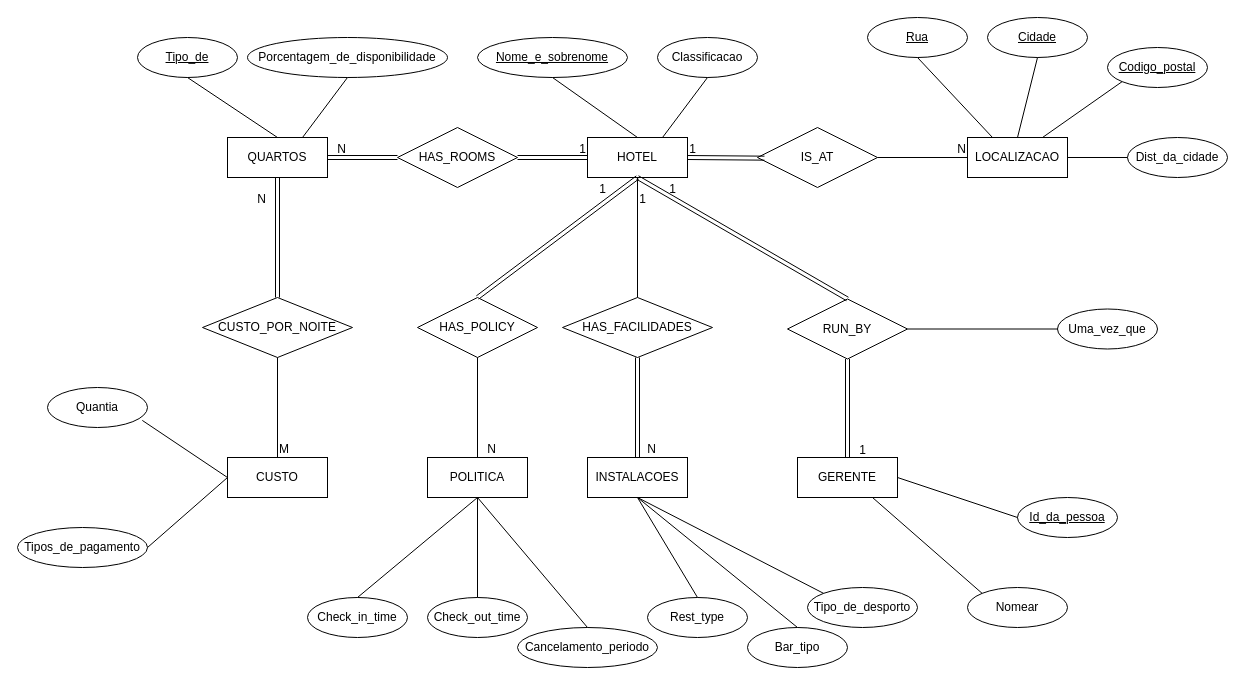
This is DiagramaHotel.drawio from VascoMatos/diagramas, a draw.io file, before an edit. Source tidied: cells renumbered, new cells numbered last; positions are measured from the earlier drawing's top-left corner, leaving out a move shared by most shapes. Both pictures are drawn from the tidied source at 100%, with x=0, y=0 at pixel (17, 17).
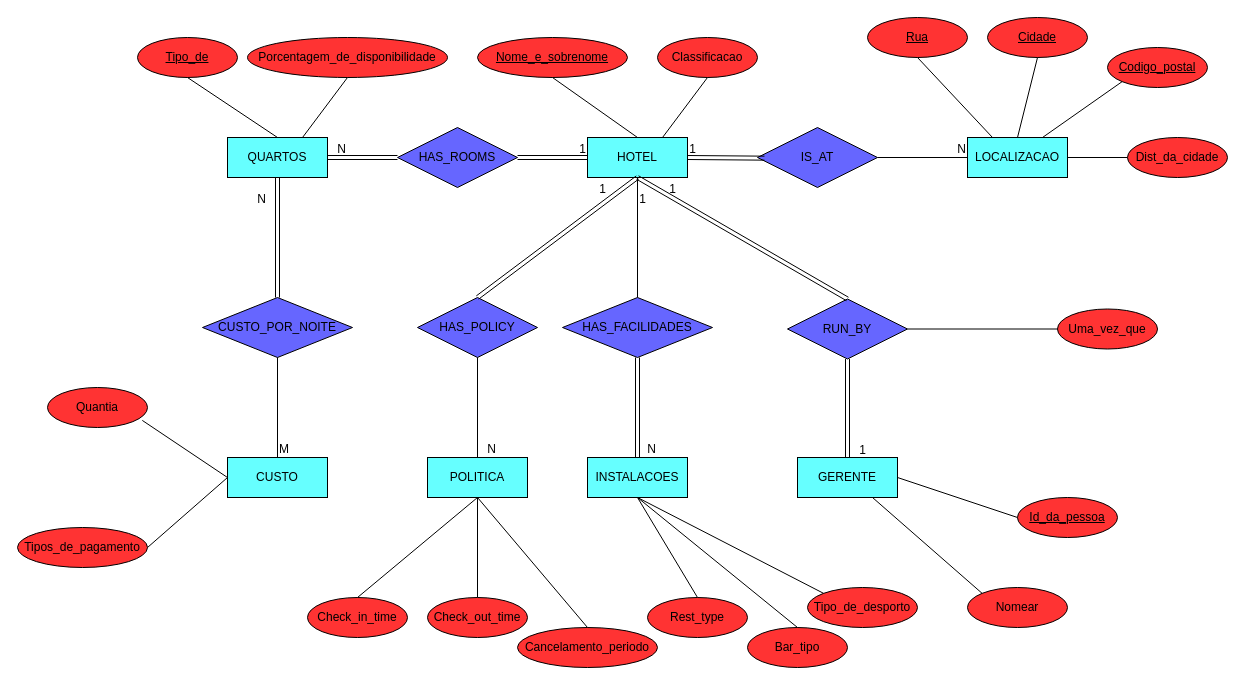
The same page after the edit.

Change to the diagram source:
```diff
@@
-    <mxCell id="2" value="HOTEL" style="whiteSpace=wrap;html=1;align=center;" parent="1" vertex="1">
+    <mxCell id="2" value="HOTEL" style="whiteSpace=wrap;html=1;align=center;fillColor=#66FFFF;" parent="1" vertex="1">
       <mxGeometry x="570" y="120" width="100" height="40" as="geometry" />
     </mxCell>
-    <mxCell id="3" value="LOCALIZACAO" style="whiteSpace=wrap;html=1;align=center;" parent="1" vertex="1">
+    <mxCell id="3" value="LOCALIZACAO" style="whiteSpace=wrap;html=1;align=center;fillColor=#66FFFF;" parent="1" vertex="1">
       <mxGeometry x="950" y="120" width="100" height="40" as="geometry" />
     </mxCell>
-    <mxCell id="4" value="QUARTOS" style="whiteSpace=wrap;html=1;align=center;" parent="1" vertex="1">
+    <mxCell id="4" value="QUARTOS" style="whiteSpace=wrap;html=1;align=center;fillColor=#66FFFF;" parent="1" vertex="1">
       <mxGeometry x="210" y="120" width="100" height="40" as="geometry" />
     </mxCell>
-    <mxCell id="5" value="CUSTO" style="whiteSpace=wrap;html=1;align=center;" parent="1" vertex="1">
+    <mxCell id="5" value="CUSTO" style="whiteSpace=wrap;html=1;align=center;fillColor=#66FFFF;" parent="1" vertex="1">
       <mxGeometry x="210" y="440" width="100" height="40" as="geometry" />
     </mxCell>
-    <mxCell id="6" value="POLITICA" style="whiteSpace=wrap;html=1;align=center;" parent="1" vertex="1">
+    <mxCell id="6" value="POLITICA" style="whiteSpace=wrap;html=1;align=center;fillColor=#66FFFF;" parent="1" vertex="1">
       <mxGeometry x="410" y="440" width="100" height="40" as="geometry" />
     </mxCell>
-    <mxCell id="7" value="INSTALACOES" style="whiteSpace=wrap;html=1;align=center;" parent="1" vertex="1">
+    <mxCell id="7" value="INSTALACOES" style="whiteSpace=wrap;html=1;align=center;fillColor=#66FFFF;" parent="1" vertex="1">
       <mxGeometry x="570" y="440" width="100" height="40" as="geometry" />
     </mxCell>
-    <mxCell id="8" value="GERENTE" style="whiteSpace=wrap;html=1;align=center;" parent="1" vertex="1">
+    <mxCell id="8" value="GERENTE" style="whiteSpace=wrap;html=1;align=center;fillColor=#66FFFF;" parent="1" vertex="1">
       <mxGeometry x="780" y="440" width="100" height="40" as="geometry" />
     </mxCell>
-    <mxCell id="9" value="IS_AT" style="shape=rhombus;perimeter=rhombusPerimeter;whiteSpace=wrap;html=1;align=center;" parent="1" vertex="1">
+    <mxCell id="9" value="IS_AT" style="shape=rhombus;perimeter=rhombusPerimeter;whiteSpace=wrap;html=1;align=center;fillColor=#6666FF;" parent="1" vertex="1">
       <mxGeometry x="740" y="110" width="120" height="60" as="geometry" />
     </mxCell>
-    <mxCell id="10" value="HAS_ROOMS" style="shape=rhombus;perimeter=rhombusPerimeter;whiteSpace=wrap;html=1;align=center;" parent="1" vertex="1">
+    <mxCell id="10" value="HAS_ROOMS" style="shape=rhombus;perimeter=rhombusPerimeter;whiteSpace=wrap;html=1;align=center;fillColor=#6666FF;" parent="1" vertex="1">
       <mxGeometry x="380" y="110" width="120" height="60" as="geometry" />
     </mxCell>
-    <mxCell id="11" value="CUSTO_POR_NOITE" style="shape=rhombus;perimeter=rhombusPerimeter;whiteSpace=wrap;html=1;align=center;" parent="1" vertex="1">
+    <mxCell id="11" value="CUSTO_POR_NOITE" style="shape=rhombus;perimeter=rhombusPerimeter;whiteSpace=wrap;html=1;align=center;fillColor=#6666FF;" parent="1" vertex="1">
       <mxGeometry x="185" y="280" width="150" height="60" as="geometry" />
     </mxCell>
-    <mxCell id="12" value="HAS_POLICY" style="shape=rhombus;perimeter=rhombusPerimeter;whiteSpace=wrap;html=1;align=center;" parent="1" vertex="1">
+    <mxCell id="12" value="HAS_POLICY" style="shape=rhombus;perimeter=rhombusPerimeter;whiteSpace=wrap;html=1;align=center;fillColor=#6666FF;" parent="1" vertex="1">
       <mxGeometry x="400" y="280" width="120" height="60" as="geometry" />
     </mxCell>
-    <mxCell id="13" value="HAS_FACILIDADES" style="shape=rhombus;perimeter=rhombusPerimeter;whiteSpace=wrap;html=1;align=center;" parent="1" vertex="1">
+    <mxCell id="13" value="HAS_FACILIDADES" style="shape=rhombus;perimeter=rhombusPerimeter;whiteSpace=wrap;html=1;align=center;fillColor=#6666FF;" parent="1" vertex="1">
       <mxGeometry x="545" y="280" width="150" height="60" as="geometry" />
     </mxCell>
-    <mxCell id="14" value="RUN_BY" style="shape=rhombus;perimeter=rhombusPerimeter;whiteSpace=wrap;html=1;align=center;" parent="1" vertex="1">
+    <mxCell id="14" value="RUN_BY" style="shape=rhombus;perimeter=rhombusPerimeter;whiteSpace=wrap;html=1;align=center;fillColor=#6666FF;" parent="1" vertex="1">
       <mxGeometry x="770" y="281.5" width="120" height="60" as="geometry" />
     </mxCell>
-    <mxCell id="15" value="Tipo_de" style="ellipse;whiteSpace=wrap;html=1;align=center;fontStyle=4;" parent="1" vertex="1">
+    <mxCell id="15" value="Tipo_de" style="ellipse;whiteSpace=wrap;html=1;align=center;fontStyle=4;fillColor=#FF3333;" parent="1" vertex="1">
       <mxGeometry x="120" y="20" width="100" height="40" as="geometry" />
     </mxCell>
-    <mxCell id="16" value="Porcentagem_de_disponibilidade" style="ellipse;whiteSpace=wrap;html=1;align=center;" parent="1" vertex="1">
+    <mxCell id="16" value="Porcentagem_de_disponibilidade" style="ellipse;whiteSpace=wrap;html=1;align=center;fillColor=#FF3333;" parent="1" vertex="1">
       <mxGeometry x="230" y="20" width="200" height="40" as="geometry" />
     </mxCell>
-    <mxCell id="17" value="Nome_e_sobrenome" style="ellipse;whiteSpace=wrap;html=1;align=center;fontStyle=4;" parent="1" vertex="1">
+    <mxCell id="17" value="Nome_e_sobrenome" style="ellipse;whiteSpace=wrap;html=1;align=center;fontStyle=4;fillColor=#FF3333;" parent="1" vertex="1">
       <mxGeometry x="460" y="20" width="150" height="40" as="geometry" />
     </mxCell>
-    <mxCell id="18" value="Classificacao" style="ellipse;whiteSpace=wrap;html=1;align=center;" parent="1" vertex="1">
+    <mxCell id="18" value="Classificacao" style="ellipse;whiteSpace=wrap;html=1;align=center;fillColor=#FF3333;" parent="1" vertex="1">
       <mxGeometry x="640" y="20" width="100" height="40" as="geometry" />
     </mxCell>
-    <mxCell id="19" value="Rua" style="ellipse;whiteSpace=wrap;html=1;align=center;fontStyle=4;" parent="1" vertex="1">
+    <mxCell id="19" value="Rua" style="ellipse;whiteSpace=wrap;html=1;align=center;fontStyle=4;fillColor=#FF3333;" parent="1" vertex="1">
       <mxGeometry x="850" width="100" height="40" as="geometry" />
     </mxCell>
-    <mxCell id="20" value="Cidade" style="ellipse;whiteSpace=wrap;html=1;align=center;fontStyle=4;" parent="1" vertex="1">
+    <mxCell id="20" value="Cidade" style="ellipse;whiteSpace=wrap;html=1;align=center;fontStyle=4;fillColor=#FF3333;" parent="1" vertex="1">
       <mxGeometry x="970" width="100" height="40" as="geometry" />
     </mxCell>
-    <mxCell id="21" value="Codigo_postal" style="ellipse;whiteSpace=wrap;html=1;align=center;fontStyle=4;" parent="1" vertex="1">
+    <mxCell id="21" value="Codigo_postal" style="ellipse;whiteSpace=wrap;html=1;align=center;fontStyle=4;fillColor=#FF3333;" parent="1" vertex="1">
       <mxGeometry x="1090" y="30" width="100" height="40" as="geometry" />
     </mxCell>
-    <mxCell id="22" value="Dist_da_cidade" style="ellipse;whiteSpace=wrap;html=1;align=center;" parent="1" vertex="1">
+    <mxCell id="22" value="Dist_da_cidade" style="ellipse;whiteSpace=wrap;html=1;align=center;fillColor=#FF3333;" parent="1" vertex="1">
       <mxGeometry x="1110" y="120" width="100" height="40" as="geometry" />
     </mxCell>
-    <mxCell id="23" value="Uma_vez_que" style="ellipse;whiteSpace=wrap;html=1;align=center;" parent="1" vertex="1">
+    <mxCell id="23" value="Uma_vez_que" style="ellipse;whiteSpace=wrap;html=1;align=center;fillColor=#FF3333;" parent="1" vertex="1">
       <mxGeometry x="1040" y="291.5" width="100" height="40" as="geometry" />
     </mxCell>
-    <mxCell id="24" value="Id_da_pessoa" style="ellipse;whiteSpace=wrap;html=1;align=center;fontStyle=4;" parent="1" vertex="1">
+    <mxCell id="24" value="Id_da_pessoa" style="ellipse;whiteSpace=wrap;html=1;align=center;fontStyle=4;fillColor=#FF3333;" parent="1" vertex="1">
       <mxGeometry x="1000" y="480" width="100" height="40" as="geometry" />
     </mxCell>
-    <mxCell id="25" value="Nomear" style="ellipse;whiteSpace=wrap;html=1;align=center;" parent="1" vertex="1">
+    <mxCell id="25" value="Nomear" style="ellipse;whiteSpace=wrap;html=1;align=center;fillColor=#FF3333;" parent="1" vertex="1">
       <mxGeometry x="950" y="570" width="100" height="40" as="geometry" />
     </mxCell>
-    <mxCell id="26" value="Tipo_de_desporto" style="ellipse;whiteSpace=wrap;html=1;align=center;" parent="1" vertex="1">
+    <mxCell id="26" value="Tipo_de_desporto" style="ellipse;whiteSpace=wrap;html=1;align=center;fillColor=#FF3333;" parent="1" vertex="1">
       <mxGeometry x="790" y="570" width="110" height="40" as="geometry" />
     </mxCell>
-    <mxCell id="27" value="Bar_tipo" style="ellipse;whiteSpace=wrap;html=1;align=center;" parent="1" vertex="1">
+    <mxCell id="27" value="Bar_tipo" style="ellipse;whiteSpace=wrap;html=1;align=center;fillColor=#FF3333;" parent="1" vertex="1">
       <mxGeometry x="730" y="610" width="100" height="40" as="geometry" />
     </mxCell>
-    <mxCell id="28" value="Rest_type" style="ellipse;whiteSpace=wrap;html=1;align=center;" parent="1" vertex="1">
+    <mxCell id="28" value="Rest_type" style="ellipse;whiteSpace=wrap;html=1;align=center;fillColor=#FF3333;" parent="1" vertex="1">
       <mxGeometry x="630" y="580" width="100" height="40" as="geometry" />
     </mxCell>
-    <mxCell id="29" value="Cancelamento_periodo" style="ellipse;whiteSpace=wrap;html=1;align=center;" parent="1" vertex="1">
+    <mxCell id="29" value="Cancelamento_periodo" style="ellipse;whiteSpace=wrap;html=1;align=center;fillColor=#FF3333;" parent="1" vertex="1">
       <mxGeometry x="500" y="610" width="140" height="40" as="geometry" />
     </mxCell>
-    <mxCell id="30" value="Check_out_time" style="ellipse;whiteSpace=wrap;html=1;align=center;" parent="1" vertex="1">
+    <mxCell id="30" value="Check_out_time" style="ellipse;whiteSpace=wrap;html=1;align=center;fillColor=#FF3333;" parent="1" vertex="1">
       <mxGeometry x="410" y="580" width="100" height="40" as="geometry" />
     </mxCell>
-    <mxCell id="31" value="Check_in_time" style="ellipse;whiteSpace=wrap;html=1;align=center;" parent="1" vertex="1">
+    <mxCell id="31" value="Check_in_time" style="ellipse;whiteSpace=wrap;html=1;align=center;fillColor=#FF3333;" parent="1" vertex="1">
       <mxGeometry x="290" y="580" width="100" height="40" as="geometry" />
     </mxCell>
-    <mxCell id="32" value="Quantia" style="ellipse;whiteSpace=wrap;html=1;align=center;" parent="1" vertex="1">
+    <mxCell id="32" value="Quantia" style="ellipse;whiteSpace=wrap;html=1;align=center;fillColor=#FF3333;" parent="1" vertex="1">
       <mxGeometry x="30" y="370" width="100" height="40" as="geometry" />
     </mxCell>
-    <mxCell id="33" value="Tipos_de_pagamento" style="ellipse;whiteSpace=wrap;html=1;align=center;" parent="1" vertex="1">
+    <mxCell id="33" value="Tipos_de_pagamento" style="ellipse;whiteSpace=wrap;html=1;align=center;fillColor=#FF3333;" parent="1" vertex="1">
       <mxGeometry y="510" width="130" height="40" as="geometry" />
     </mxCell>
```
